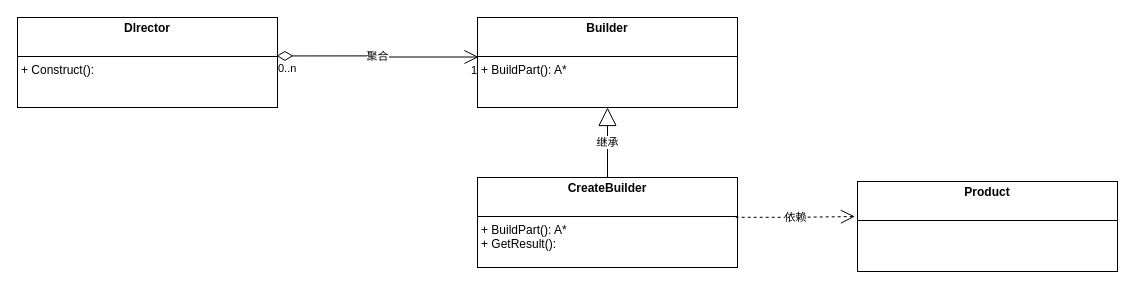
Earlier version of the draw.io diagram page "生成器" (3 of 3) of 设计模式.drawio (liyunhao2/technology). Source tidied: cells renumbered, new cells numbered last; positions are measured from the earlier drawing's top-left corner, leaving out a move shared by most shapes. Both pictures are drawn from the tidied source at 100%, with x=0, y=0 at pixel (17, 17).
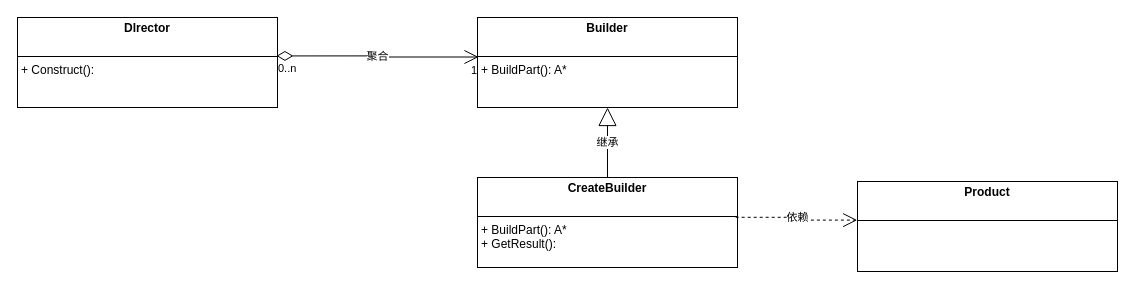
The same diagram, later.

Commit message (it also covers changes not shown here):
更新设计模式.drawio

The edit, as a diff of the source:
```diff
@@
 <mxGraphModel>
   <root>
     <mxCell id="0" />
     <mxCell id="1" parent="0" />
     <mxCell id="2" value="&lt;p style=&quot;margin:0px;margin-top:4px;text-align:center;&quot;&gt;&lt;b&gt;Builder&lt;/b&gt;&lt;br&gt;&lt;/p&gt;&lt;p style=&quot;margin:0px;margin-left:4px;&quot;&gt;&lt;br&gt;&lt;/p&gt;&lt;hr size=&quot;1&quot; style=&quot;border-style:solid;&quot;&gt;&lt;p style=&quot;margin:0px;margin-left:4px;&quot;&gt;+ BuildPart(): A*&lt;/p&gt;" style="verticalAlign=top;align=left;overflow=fill;html=1;whiteSpace=wrap;" parent="1" vertex="1">
       <mxGeometry x="460" width="260" height="90" as="geometry" />
     </mxCell>
     <mxCell id="3" value="&lt;p style=&quot;margin:0px;margin-top:4px;text-align:center;&quot;&gt;&lt;b&gt;CreateBuilder&lt;/b&gt;&lt;br&gt;&lt;/p&gt;&lt;p style=&quot;margin:0px;margin-left:4px;&quot;&gt;&lt;br&gt;&lt;/p&gt;&lt;hr size=&quot;1&quot; style=&quot;border-style:solid;&quot;&gt;&lt;p style=&quot;margin:0px;margin-left:4px;&quot;&gt;+ BuildPart(): A*&lt;/p&gt;&lt;p style=&quot;margin:0px;margin-left:4px;&quot;&gt;+ GetResult():&amp;nbsp;&lt;br&gt;&lt;/p&gt;" style="verticalAlign=top;align=left;overflow=fill;html=1;whiteSpace=wrap;" parent="1" vertex="1">
       <mxGeometry x="460" y="160" width="260" height="90" as="geometry" />
     </mxCell>
     <mxCell id="4" value="&lt;p style=&quot;margin:0px;margin-top:4px;text-align:center;&quot;&gt;&lt;b&gt;Dlrector&lt;/b&gt;&lt;br&gt;&lt;/p&gt;&lt;p style=&quot;margin:0px;margin-left:4px;&quot;&gt;&lt;br&gt;&lt;/p&gt;&lt;hr size=&quot;1&quot; style=&quot;border-style:solid;&quot;&gt;&lt;p style=&quot;margin:0px;margin-left:4px;&quot;&gt;+ Construct():&amp;nbsp;&lt;/p&gt;" style="verticalAlign=top;align=left;overflow=fill;html=1;whiteSpace=wrap;" parent="1" vertex="1">
       <mxGeometry width="260" height="90" as="geometry" />
     </mxCell>
     <mxCell id="5" value="聚合" style="endArrow=open;html=1;endSize=12;startArrow=diamondThin;startSize=14;startFill=0;edgeStyle=orthogonalEdgeStyle;rounded=0;entryX=0.004;entryY=0.439;entryDx=0;entryDy=0;entryPerimeter=0;exitX=0.996;exitY=0.427;exitDx=0;exitDy=0;exitPerimeter=0;" parent="1" edge="1" source="4" target="2">
       <mxGeometry relative="1" as="geometry" />
     </mxCell>
     <mxCell id="6" value="0..n" style="edgeLabel;html=1;align=left;verticalAlign=top;" parent="5" vertex="1">
       <mxGeometry x="-1" relative="1" as="geometry" />
     </mxCell>
     <mxCell id="7" value="1" style="edgeLabel;html=1;align=right;verticalAlign=top;" parent="5" vertex="1">
       <mxGeometry x="1" relative="1" as="geometry">
         <mxPoint x="-1" as="offset" />
       </mxGeometry>
     </mxCell>
     <mxCell id="8" value="继承" style="endArrow=block;endSize=16;endFill=0;html=1;rounded=0;edgeStyle=orthogonalEdgeStyle;entryX=0.5;entryY=1;entryDx=0;entryDy=0;exitX=0.5;exitY=0;exitDx=0;exitDy=0;" parent="1" edge="1" source="3" target="2">
       <mxGeometry relative="1" as="geometry" />
     </mxCell>
     <mxCell id="9" value="&lt;p style=&quot;margin:0px;margin-top:4px;text-align:center;&quot;&gt;&lt;b&gt;Product&lt;/b&gt;&lt;br&gt;&lt;/p&gt;&lt;p style=&quot;margin:0px;margin-left:4px;&quot;&gt;&lt;br&gt;&lt;/p&gt;&lt;hr size=&quot;1&quot; style=&quot;border-style:solid;&quot;&gt;&lt;p style=&quot;margin:0px;margin-left:4px;&quot;&gt;&lt;br&gt;&lt;/p&gt;" style="verticalAlign=top;align=left;overflow=fill;html=1;whiteSpace=wrap;" parent="1" vertex="1">
       <mxGeometry x="840" y="164" width="260" height="90" as="geometry" />
     </mxCell>
-    <mxCell id="10" value="依赖" style="endArrow=open;endSize=12;dashed=1;html=1;rounded=0;edgeStyle=orthogonalEdgeStyle;entryX=-0.01;entryY=0.389;entryDx=0;entryDy=0;entryPerimeter=0;exitX=0.993;exitY=0.442;exitDx=0;exitDy=0;exitPerimeter=0;" parent="1" edge="1" source="3" target="9">
+    <mxCell id="10" value="依赖" style="endArrow=open;endSize=12;dashed=1;html=1;rounded=0;edgeStyle=orthogonalEdgeStyle;entryX=-0.001;entryY=0.429;entryDx=0;entryDy=0;entryPerimeter=0;exitX=0.993;exitY=0.442;exitDx=0;exitDy=0;exitPerimeter=0;" parent="1" edge="1" source="3" target="9">
       <mxGeometry relative="1" as="geometry" />
     </mxCell>
   </root>
 </mxGraphModel>
```
